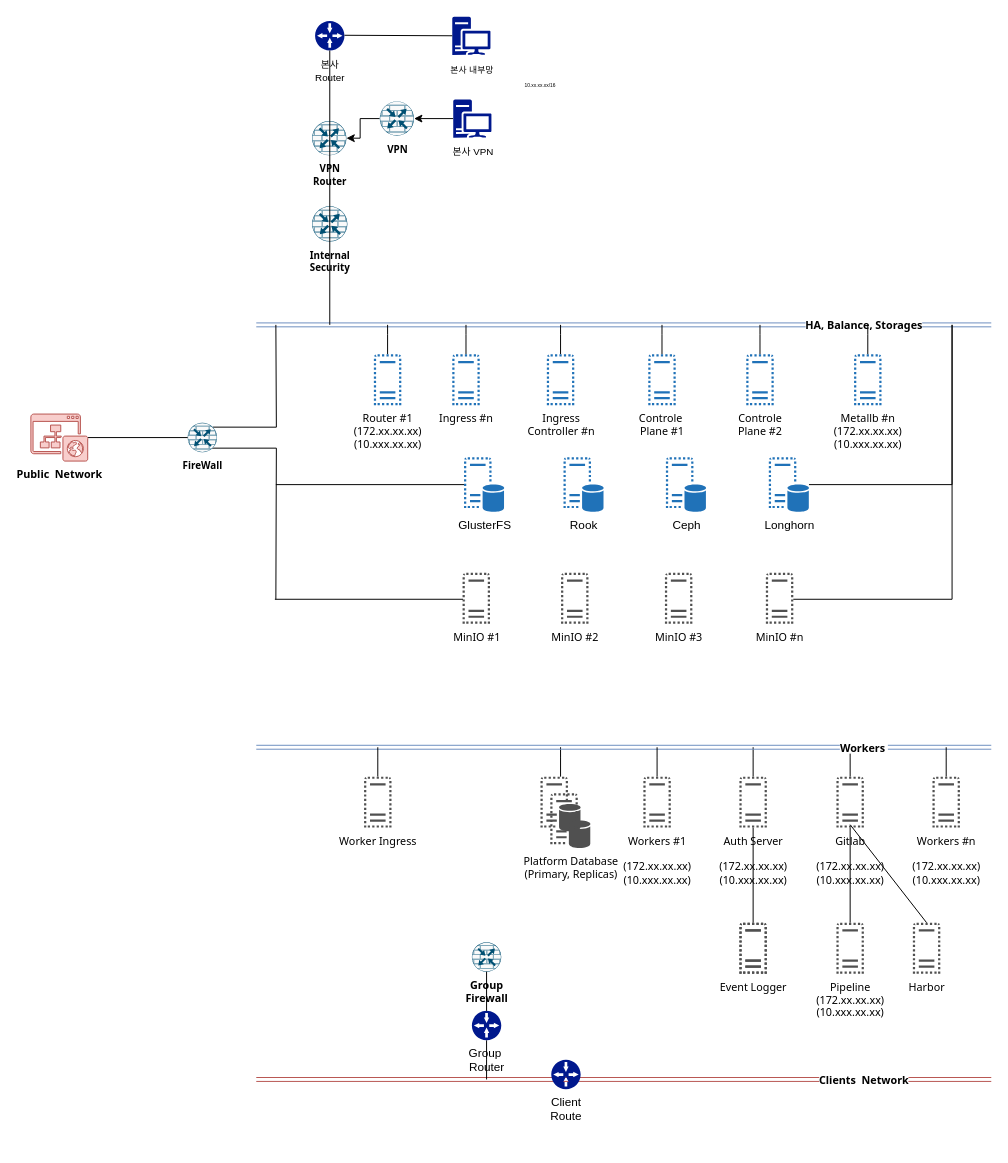
The draw.io diagram 제목 없는 다이어그램.drawio in jammun/shared-design, before the edit. Source tidied: cells renumbered, new cells numbered last; positions are measured from the earlier drawing's top-left corner, leaving out a move shared by most shapes. Both pictures are drawn from the tidied source at 98%, with x=0, y=0 at pixel (30, 17).
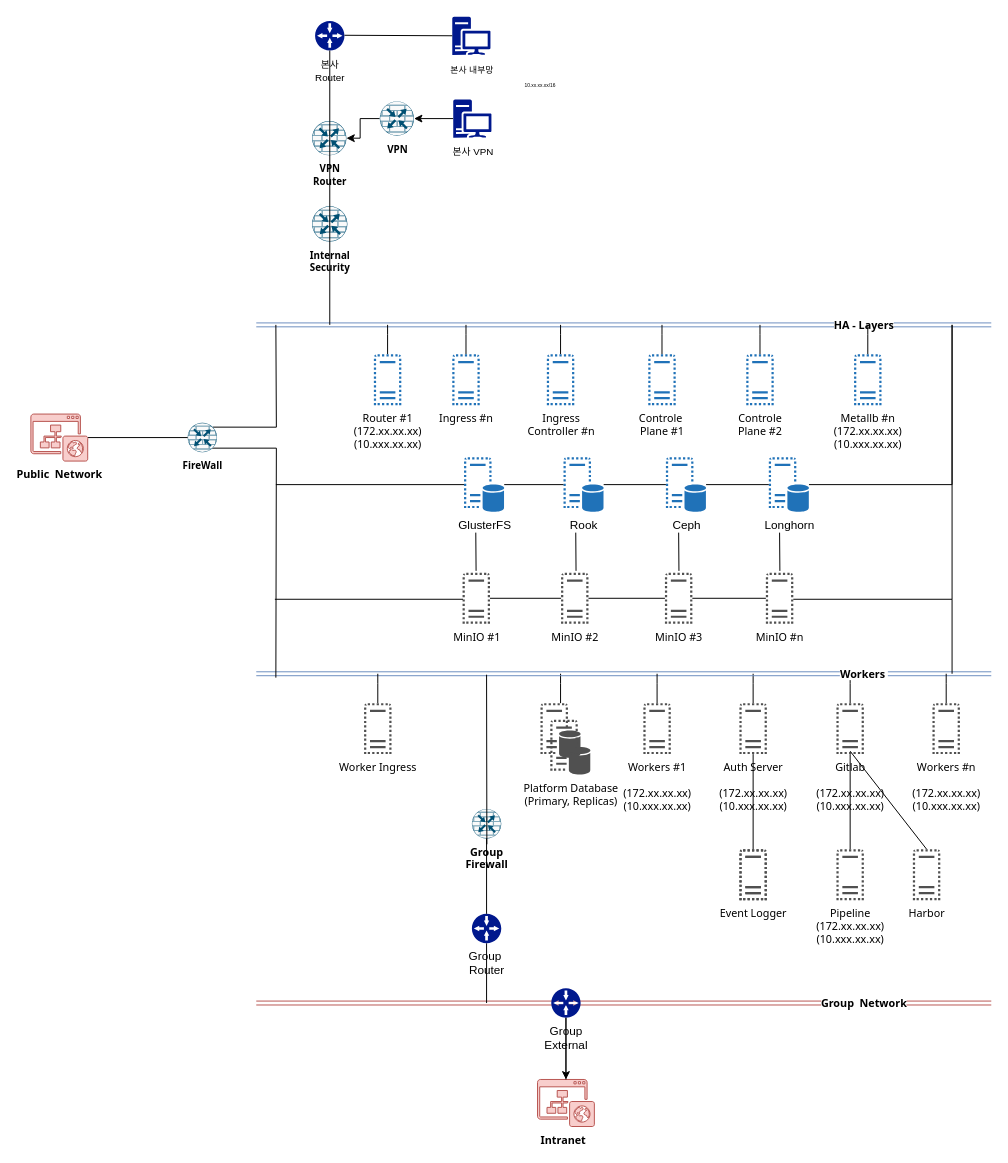
After the change.

Commit message (it also covers changes not shown here):
제목 없는 다이어그램.drawio 업데이트

The change refers to these unchanged cells:
```xml
<mxCell id="12" style="shape=link;html=1;rounded=0;fontFamily=Tahoma;fontSize=11;fontStyle=1;fillColor=#dae8fc;strokeColor=#6c8ebf;" parent="1" edge="1">
  <mxGeometry relative="1" as="geometry">
    <mxPoint x="230" y="314" as="sourcePoint" />
    <mxPoint x="980" y="314" as="targetPoint" />
  </mxGeometry>
</mxCell>
<mxCell id="34" value="&lt;font style=&quot;font-size: 10px;&quot;&gt;FireWall&lt;/font&gt;" style="sketch=0;points=[[0.5,0,0],[1,0.5,0],[0.5,1,0],[0,0.5,0],[0.145,0.145,0],[0.8555,0.145,0],[0.855,0.8555,0],[0.145,0.855,0]];verticalLabelPosition=bottom;html=1;verticalAlign=top;align=center;shape=mxgraph.cisco19.rect;prIcon=router_with_firewall;fillColor=#FAFAFA;strokeColor=#005073;fontFamily=Tahoma;fontSize=11;fontStyle=1;" parent="1" vertex="1">
  <mxGeometry x="160" y="414" width="30" height="30" as="geometry" />
</mxCell>
<mxCell id="60" value="Rook&lt;br&gt;" style="sketch=0;shadow=0;dashed=0;html=1;strokeColor=none;labelPosition=center;verticalLabelPosition=bottom;verticalAlign=top;outlineConnect=0;align=center;shape=mxgraph.office.servers.virtual_database_server;fillColor=#2072B8;" parent="1" vertex="1">
  <mxGeometry x="543.5" y="449" width="41" height="56" as="geometry" />
</mxCell>
<mxCell id="61" value="GlusterFS" style="sketch=0;shadow=0;dashed=0;html=1;strokeColor=none;labelPosition=center;verticalLabelPosition=bottom;verticalAlign=top;outlineConnect=0;align=center;shape=mxgraph.office.servers.virtual_database_server;fillColor=#2072B8;" parent="1" vertex="1">
  <mxGeometry x="442" y="449" width="41" height="56" as="geometry" />
</mxCell>
<mxCell id="62" value="Ceph" style="sketch=0;shadow=0;dashed=0;html=1;strokeColor=none;labelPosition=center;verticalLabelPosition=bottom;verticalAlign=top;outlineConnect=0;align=center;shape=mxgraph.office.servers.virtual_database_server;fillColor=#2072B8;" parent="1" vertex="1">
  <mxGeometry x="648" y="449" width="41" height="56" as="geometry" />
</mxCell>
<mxCell id="63" value="Longhorn" style="sketch=0;shadow=0;dashed=0;html=1;strokeColor=none;labelPosition=center;verticalLabelPosition=bottom;verticalAlign=top;outlineConnect=0;align=center;shape=mxgraph.office.servers.virtual_database_server;fillColor=#2072B8;" parent="1" vertex="1">
  <mxGeometry x="753" y="449" width="41" height="56" as="geometry" />
</mxCell>
<mxCell id="67" value="MinIO #1" style="sketch=0;shadow=0;dashed=0;html=1;strokeColor=none;fillColor=#505050;labelPosition=center;verticalLabelPosition=bottom;verticalAlign=top;outlineConnect=0;align=center;shape=mxgraph.office.servers.virtual_server;fontFamily=Tahoma;fontSize=11;fontStyle=0;" parent="1" vertex="1">
  <mxGeometry x="440.5" y="567" width="28" height="52" as="geometry" />
</mxCell>
<mxCell id="68" value="MinIO #2" style="sketch=0;shadow=0;dashed=0;html=1;strokeColor=none;fillColor=#505050;labelPosition=center;verticalLabelPosition=bottom;verticalAlign=top;outlineConnect=0;align=center;shape=mxgraph.office.servers.virtual_server;fontFamily=Tahoma;fontSize=11;fontStyle=0;" parent="1" vertex="1">
  <mxGeometry x="541" y="567" width="28" height="52" as="geometry" />
</mxCell>
<mxCell id="69" value="MinIO #3" style="sketch=0;shadow=0;dashed=0;html=1;strokeColor=none;fillColor=#505050;labelPosition=center;verticalLabelPosition=bottom;verticalAlign=top;outlineConnect=0;align=center;shape=mxgraph.office.servers.virtual_server;fontFamily=Tahoma;fontSize=11;fontStyle=0;" parent="1" vertex="1">
  <mxGeometry x="647" y="567" width="28" height="52" as="geometry" />
</mxCell>
<mxCell id="70" value="MinIO #n" style="sketch=0;shadow=0;dashed=0;html=1;strokeColor=none;fillColor=#505050;labelPosition=center;verticalLabelPosition=bottom;verticalAlign=top;outlineConnect=0;align=center;shape=mxgraph.office.servers.virtual_server;fontFamily=Tahoma;fontSize=11;fontStyle=0;" parent="1" vertex="1">
  <mxGeometry x="750" y="567" width="28" height="52" as="geometry" />
</mxCell>
```

What changed in the source:
```diff
@@
     <mxCell id="2" style="edgeStyle=orthogonalEdgeStyle;rounded=0;jettySize=auto;html=1;fontFamily=Tahoma;fontSize=11;endArrow=none;endFill=0;fontStyle=0;" parent="1" edge="1" source="3">
       <mxGeometry relative="1" as="geometry">
-        <mxPoint x="540.5" y="745" as="targetPoint" />
+        <mxPoint x="540.5" y="670" as="targetPoint" />
       </mxGeometry>
     </mxCell>
     <mxCell id="3" style="sketch=0;shadow=0;dashed=0;html=1;strokeColor=none;fillColor=#505050;labelPosition=center;verticalLabelPosition=bottom;verticalAlign=top;outlineConnect=0;align=center;shape=mxgraph.office.servers.virtual_database_server;fontFamily=Tahoma;fontSize=11;fontStyle=1;" parent="1" vertex="1">
-      <mxGeometry x="520" y="775" width="41" height="56" as="geometry" />
+      <mxGeometry x="520" y="700" width="41" height="56" as="geometry" />
     </mxCell>
     <mxCell id="4" value="&lt;span style=&quot;font-weight: normal;&quot;&gt;Event Logger&lt;/span&gt;" style="sketch=0;shadow=0;dashed=0;html=1;strokeColor=none;fillColor=#505050;labelPosition=center;verticalLabelPosition=bottom;verticalAlign=top;outlineConnect=0;align=center;shape=mxgraph.office.servers.virtual_server;fontFamily=Tahoma;fontSize=11;fontStyle=1;" parent="1" vertex="1">
-      <mxGeometry x="723" y="924" width="28" height="52" as="geometry" />
+      <mxGeometry x="723" y="849" width="28" height="52" as="geometry" />
     </mxCell>
     <mxCell id="5" style="edgeStyle=orthogonalEdgeStyle;rounded=0;jettySize=auto;html=1;fontFamily=Tahoma;fontSize=11;endArrow=none;endFill=0;fontStyle=0;" parent="1" edge="1" source="7">
       <mxGeometry relative="1" as="geometry">
-        <mxPoint x="737" y="745" as="targetPoint" />
+        <mxPoint x="737" y="670" as="targetPoint" />
       </mxGeometry>
     </mxCell>
@@
     <mxCell id="7" value="&lt;span style=&quot;font-weight: 400;&quot;&gt;Auth Server&lt;/span&gt;&lt;br&gt;&lt;br&gt;&lt;span style=&quot;font-weight: 400;&quot;&gt;(172.xx.xx.xx)&lt;/span&gt;&lt;br style=&quot;font-weight: 400;&quot;&gt;&lt;span style=&quot;font-weight: 400;&quot;&gt;(10.xxx.xx.xx)&lt;/span&gt;" style="sketch=0;shadow=0;dashed=0;html=1;strokeColor=none;fillColor=#505050;labelPosition=center;verticalLabelPosition=bottom;verticalAlign=top;outlineConnect=0;align=center;shape=mxgraph.office.servers.virtual_server;fontFamily=Tahoma;fontSize=11;fontStyle=1;" parent="1" vertex="1">
-      <mxGeometry x="723" y="775" width="28" height="52" as="geometry" />
+      <mxGeometry x="723" y="700" width="28" height="52" as="geometry" />
     </mxCell>
     <mxCell id="8" style="edgeStyle=orthogonalEdgeStyle;rounded=0;jettySize=auto;html=1;fontFamily=Tahoma;fontSize=11;endArrow=none;endFill=0;fontStyle=0;" parent="1" edge="1" source="9">
       <mxGeometry relative="1" as="geometry">
-        <mxPoint x="836" y="745" as="targetPoint" />
+        <mxPoint x="836" y="670" as="targetPoint" />
       </mxGeometry>
     </mxCell>
     <mxCell id="9" value="&lt;span style=&quot;font-weight: normal;&quot;&gt;Gitlab&lt;/span&gt;&lt;br&gt;&lt;br&gt;&lt;span style=&quot;font-weight: 400;&quot;&gt;(172.xx.xx.xx)&lt;/span&gt;&lt;br style=&quot;font-weight: 400;&quot;&gt;&lt;span style=&quot;font-weight: 400;&quot;&gt;(10.xxx.xx.xx)&lt;/span&gt;" style="sketch=0;shadow=0;dashed=0;html=1;strokeColor=none;fillColor=#505050;labelPosition=center;verticalLabelPosition=bottom;verticalAlign=top;outlineConnect=0;align=center;shape=mxgraph.office.servers.virtual_server;fontFamily=Tahoma;fontSize=11;fontStyle=1;" parent="1" vertex="1">
-      <mxGeometry x="822" y="775" width="28" height="52" as="geometry" />
+      <mxGeometry x="822" y="700" width="28" height="52" as="geometry" />
     </mxCell>
     <mxCell id="10" style="shape=link;html=1;rounded=0;fontFamily=Tahoma;fontSize=11;fontStyle=1;fillColor=#dae8fc;strokeColor=#6c8ebf;" parent="1" edge="1">
       <mxGeometry relative="1" as="geometry">
-        <mxPoint x="230" y="745" as="sourcePoint" />
-        <mxPoint x="980" y="745" as="targetPoint" />
+        <mxPoint x="230" y="670" as="sourcePoint" />
+        <mxPoint x="980" y="670" as="targetPoint" />
       </mxGeometry>
     </mxCell>
@@
-    <mxCell id="13" value="HA, Balance, Storages" style="edgeLabel;html=1;align=center;verticalAlign=middle;fontSize=11;fontFamily=Tahoma;fontStyle=1;" parent="12" vertex="1">
+    <mxCell id="13" value="HA - Layers" style="edgeLabel;html=1;align=center;verticalAlign=middle;fontSize=11;fontFamily=Tahoma;fontStyle=1;" parent="12" vertex="1">
       <mxGeometry x="0.65" y="1" relative="1" as="geometry" />
     </mxCell>
@@
     <mxCell id="22" style="edgeStyle=orthogonalEdgeStyle;rounded=0;jettySize=auto;html=1;fontFamily=Tahoma;fontSize=11;endArrow=none;endFill=0;fontStyle=0;" parent="1" edge="1" source="23">
       <mxGeometry relative="1" as="geometry">
-        <mxPoint x="639" y="745" as="targetPoint" />
+        <mxPoint x="639" y="670" as="targetPoint" />
       </mxGeometry>
     </mxCell>
     <mxCell id="23" value="Workers #1&lt;br&gt;&lt;br&gt;(172.xx.xx.xx)&lt;br&gt;(10.xxx.xx.xx)" style="sketch=0;shadow=0;dashed=0;html=1;strokeColor=none;fillColor=#505050;labelPosition=center;verticalLabelPosition=bottom;verticalAlign=top;outlineConnect=0;align=center;shape=mxgraph.office.servers.virtual_server;fontFamily=Tahoma;fontSize=11;fontStyle=0;" parent="1" vertex="1">
-      <mxGeometry x="625" y="775" width="28" height="52" as="geometry" />
+      <mxGeometry x="625" y="700" width="28" height="52" as="geometry" />
     </mxCell>
     <mxCell id="24" style="edgeStyle=orthogonalEdgeStyle;rounded=0;jettySize=auto;html=1;fontFamily=Tahoma;fontSize=11;endArrow=none;endFill=0;fontStyle=0;" parent="1" edge="1" source="25">
       <mxGeometry relative="1" as="geometry">
-        <mxPoint x="934" y="745" as="targetPoint" />
+        <mxPoint x="934" y="670" as="targetPoint" />
       </mxGeometry>
     </mxCell>
     <mxCell id="25" value="Workers #n&lt;br&gt;&lt;br&gt;(172.xx.xx.xx)&lt;br&gt;(10.xxx.xx.xx)" style="sketch=0;shadow=0;dashed=0;html=1;strokeColor=none;fillColor=#505050;labelPosition=center;verticalLabelPosition=bottom;verticalAlign=top;outlineConnect=0;align=center;shape=mxgraph.office.servers.virtual_server;fontFamily=Tahoma;fontSize=11;fontStyle=0;" parent="1" vertex="1">
-      <mxGeometry x="920" y="775" width="28" height="52" as="geometry" />
+      <mxGeometry x="920" y="700" width="28" height="52" as="geometry" />
     </mxCell>
     <mxCell id="26" style="edgeStyle=orthogonalEdgeStyle;rounded=0;jettySize=auto;html=1;fontFamily=Tahoma;fontSize=11;endArrow=none;endFill=0;fontStyle=0;" parent="1" edge="1" source="27">
       <mxGeometry relative="1" as="geometry">
-        <mxPoint x="354" y="745" as="targetPoint" />
+        <mxPoint x="354" y="670" as="targetPoint" />
       </mxGeometry>
     </mxCell>
     <mxCell id="27" value="Worker Ingress" style="sketch=0;shadow=0;dashed=0;html=1;strokeColor=none;fillColor=#505050;labelPosition=center;verticalLabelPosition=bottom;verticalAlign=top;outlineConnect=0;align=center;shape=mxgraph.office.servers.virtual_server;fontFamily=Tahoma;fontSize=11;fontStyle=0;" parent="1" vertex="1">
-      <mxGeometry x="340" y="775" width="28" height="52" as="geometry" />
+      <mxGeometry x="340" y="700" width="28" height="52" as="geometry" />
     </mxCell>
@@
     <mxCell id="33" style="edgeStyle=orthogonalEdgeStyle;rounded=0;jettySize=auto;html=1;exitX=0.7;exitY=0.86;exitDx=0;exitDy=0;exitPerimeter=0;fontFamily=Tahoma;fontSize=11;endArrow=none;endFill=0;fontStyle=0;" parent="1" edge="1" source="34">
       <mxGeometry relative="1" as="geometry">
-        <mxPoint x="250" y="594" as="targetPoint" />
+        <mxPoint x="250" y="674" as="targetPoint" />
       </mxGeometry>
     </mxCell>
@@
     <mxCell id="37" style="shape=link;html=1;rounded=0;fontFamily=Tahoma;fontSize=11;fillColor=#f8cecc;strokeColor=#b85450;fontStyle=1;" parent="1" edge="1">
       <mxGeometry relative="1" as="geometry">
-        <mxPoint x="230" y="1084" as="sourcePoint" />
-        <mxPoint x="980" y="1084" as="targetPoint" />
+        <mxPoint x="230" y="1006" as="sourcePoint" />
+        <mxPoint x="980" y="1006" as="targetPoint" />
       </mxGeometry>
     </mxCell>
-    <mxCell id="38" value="Clients&amp;nbsp; Network" style="edgeLabel;html=1;align=center;verticalAlign=middle;fontSize=11;fontFamily=Tahoma;fontStyle=1;" parent="37" vertex="1">
+    <mxCell id="38" value="Group&amp;nbsp; Network" style="edgeLabel;html=1;align=center;verticalAlign=middle;fontSize=11;fontFamily=Tahoma;fontStyle=1;" parent="37" vertex="1">
       <mxGeometry x="0.65" y="1" relative="1" as="geometry" />
     </mxCell>
     <mxCell id="39" style="edgeStyle=orthogonalEdgeStyle;rounded=0;jettySize=auto;html=1;fontFamily=Tahoma;fontSize=11;endArrow=none;endFill=0;fontStyle=0;exitX=0.5;exitY=1;exitDx=0;exitDy=0;exitPerimeter=0;startArrow=none;" parent="1" edge="1" source="46">
       <mxGeometry relative="1" as="geometry">
-        <mxPoint x="465" y="1084" as="targetPoint" />
+        <mxPoint x="465" y="1006" as="targetPoint" />
       </mxGeometry>
     </mxCell>
     <mxCell id="40" value="Group&lt;br&gt;Firewall" style="sketch=0;points=[[0.5,0,0],[1,0.5,0],[0.5,1,0],[0,0.5,0],[0.145,0.145,0],[0.8555,0.145,0],[0.855,0.8555,0],[0.145,0.855,0]];verticalLabelPosition=bottom;html=1;verticalAlign=top;align=center;shape=mxgraph.cisco19.rect;prIcon=router_with_firewall;fillColor=#FAFAFA;strokeColor=#005073;fontFamily=Tahoma;fontSize=11;fontStyle=1;" parent="1" vertex="1">
-      <mxGeometry x="450" y="944" width="30" height="30" as="geometry" />
+      <mxGeometry x="450" y="808" width="30" height="30" as="geometry" />
     </mxCell>
     <mxCell id="41" style="sketch=0;shadow=0;dashed=0;html=1;strokeColor=none;fillColor=#505050;labelPosition=center;verticalLabelPosition=bottom;verticalAlign=top;align=center;shape=mxgraph.office.servers.virtual_server;fontFamily=Tahoma;fontSize=11;fontStyle=1;" parent="1" vertex="1">
-      <mxGeometry x="723" y="924" width="28" height="52" as="geometry" />
+      <mxGeometry x="723" y="849" width="28" height="52" as="geometry" />
     </mxCell>
     <mxCell id="42" value="&lt;span style=&quot;font-weight: normal;&quot;&gt;Pipeline&lt;br&gt;&lt;/span&gt;&lt;span style=&quot;font-weight: 400;&quot;&gt;(172.xx.xx.xx)&lt;/span&gt;&lt;br style=&quot;font-weight: 400;&quot;&gt;&lt;span style=&quot;font-weight: 400;&quot;&gt;(10.xxx.xx.xx)&lt;/span&gt;&lt;span style=&quot;font-weight: normal;&quot;&gt;&lt;br&gt;&lt;/span&gt;" style="sketch=0;shadow=0;dashed=0;html=1;strokeColor=none;fillColor=#505050;labelPosition=center;verticalLabelPosition=bottom;verticalAlign=top;outlineConnect=0;align=center;shape=mxgraph.office.servers.virtual_server;fontFamily=Tahoma;fontSize=11;fontStyle=1;" parent="1" vertex="1">
-      <mxGeometry x="822" y="924" width="28" height="52" as="geometry" />
+      <mxGeometry x="822" y="849" width="28" height="52" as="geometry" />
     </mxCell>
     <mxCell id="43" value="&lt;span style=&quot;font-weight: normal;&quot;&gt;Harbor&lt;/span&gt;" style="sketch=0;shadow=0;dashed=0;html=1;strokeColor=none;fillColor=#505050;labelPosition=center;verticalLabelPosition=bottom;verticalAlign=top;outlineConnect=0;align=center;shape=mxgraph.office.servers.virtual_server;fontFamily=Tahoma;fontSize=11;fontStyle=1;" parent="1" vertex="1">
-      <mxGeometry x="900" y="924" width="28" height="52" as="geometry" />
+      <mxGeometry x="900" y="849" width="28" height="52" as="geometry" />
     </mxCell>
@@
     <mxCell id="45" style="endArrow=none;html=1;rounded=0;entryX=0.5;entryY=0;entryDx=0;entryDy=0;entryPerimeter=0;" parent="1" edge="1" target="43">
       <mxGeometry relative="1" as="geometry">
-        <mxPoint x="836" y="824" as="sourcePoint" />
+        <mxPoint x="836" y="749" as="sourcePoint" />
       </mxGeometry>
     </mxCell>
     <mxCell id="46" value="Group&amp;nbsp;&lt;br&gt;Router" style="sketch=0;shadow=0;dashed=0;html=1;strokeColor=none;labelPosition=center;verticalLabelPosition=bottom;verticalAlign=top;align=center;fillColor=#00188D;shape=mxgraph.mscae.enterprise.gateway;" parent="1" vertex="1">
-      <mxGeometry x="450" y="1014" width="30" height="30" as="geometry" />
+      <mxGeometry x="450" y="915" width="30" height="30" as="geometry" />
     </mxCell>
-    <mxCell id="47" style="edgeStyle=orthogonalEdgeStyle;rounded=0;jettySize=auto;html=1;fontFamily=Tahoma;fontSize=11;endArrow=none;endFill=0;fontStyle=0;exitX=0.5;exitY=1;exitDx=0;exitDy=0;exitPerimeter=0;" parent="1" edge="1" source="40" target="46">
+    <mxCell id="47" style="edgeStyle=orthogonalEdgeStyle;rounded=0;jettySize=auto;html=1;fontFamily=Tahoma;fontSize=11;endArrow=none;endFill=0;fontStyle=0;exitX=0.5;exitY=1;exitDx=0;exitDy=0;exitPerimeter=0;entryX=0.5;entryY=0;entryDx=0;entryDy=0;entryPerimeter=0;" parent="1" edge="1" source="40" target="46">
       <mxGeometry relative="1" as="geometry" />
     </mxCell>
+    <mxCell id="73" style="edgeStyle=orthogonalEdgeStyle;rounded=0;jettySize=auto;html=1;fontSize=10;" parent="1" edge="1" source="48" target="86">
+      <mxGeometry relative="1" as="geometry" />
+    </mxCell>
-    <mxCell id="48" value="Client&lt;br&gt;Route" style="sketch=0;shadow=0;dashed=0;html=1;strokeColor=none;labelPosition=center;verticalLabelPosition=bottom;verticalAlign=top;align=center;fillColor=#00188D;shape=mxgraph.mscae.enterprise.gateway;" parent="1" vertex="1">
-      <mxGeometry x="531" y="1064" width="30" height="30" as="geometry" />
+    <mxCell id="48" value="Group&lt;br&gt;External" style="sketch=0;shadow=0;dashed=0;html=1;strokeColor=none;labelPosition=center;verticalLabelPosition=bottom;verticalAlign=top;align=center;fillColor=#00188D;shape=mxgraph.mscae.enterprise.gateway;" parent="1" vertex="1">
+      <mxGeometry x="531" y="991" width="30" height="30" as="geometry" />
     </mxCell>
@@
     <mxCell id="66" value="&lt;span style=&quot;font-weight: normal;&quot;&gt;Platform Database&lt;br&gt;(Primary, Replicas)&lt;/span&gt;" style="sketch=0;shadow=0;dashed=0;html=1;strokeColor=none;fillColor=#505050;labelPosition=center;verticalLabelPosition=bottom;verticalAlign=top;align=center;shape=mxgraph.office.servers.virtual_database_server;fontFamily=Tahoma;fontSize=11;fontStyle=1;" parent="1" vertex="1">
-      <mxGeometry x="530" y="792" width="41" height="56" as="geometry" />
+      <mxGeometry x="530" y="717" width="41" height="56" as="geometry" />
     </mxCell>
@@
+    <mxCell id="74" style="endArrow=none;html=1;rounded=0;fontSize=10;" parent="1" edge="1" source="69" target="70">
+      <mxGeometry relative="1" as="geometry" />
+    </mxCell>
+    <mxCell id="75" style="endArrow=none;html=1;rounded=0;fontSize=10;" parent="1" edge="1" source="68" target="69">
+      <mxGeometry relative="1" as="geometry" />
+    </mxCell>
+    <mxCell id="76" style="endArrow=none;html=1;rounded=0;fontSize=10;" parent="1" edge="1" source="67" target="68">
+      <mxGeometry relative="1" as="geometry" />
+    </mxCell>
+    <mxCell id="77" style="endArrow=none;html=1;rounded=0;fontSize=10;" parent="1" edge="1" source="61" target="60">
+      <mxGeometry relative="1" as="geometry" />
+    </mxCell>
+    <mxCell id="78" style="endArrow=none;html=1;rounded=0;fontSize=10;" parent="1" edge="1" source="60" target="62">
+      <mxGeometry relative="1" as="geometry" />
+    </mxCell>
+    <mxCell id="79" style="endArrow=none;html=1;rounded=0;fontSize=10;" parent="1" edge="1" source="62" target="63">
+      <mxGeometry relative="1" as="geometry" />
+    </mxCell>
+    <mxCell id="80" style="endArrow=none;html=1;rounded=0;fontSize=10;" parent="1" edge="1">
+      <mxGeometry relative="1" as="geometry">
+        <mxPoint x="454.3" y="565" as="sourcePoint" />
+        <mxPoint x="454" y="526" as="targetPoint" />
+      </mxGeometry>
+    </mxCell>
+    <mxCell id="81" style="endArrow=none;html=1;rounded=0;fontSize=10;" parent="1" edge="1">
+      <mxGeometry relative="1" as="geometry">
+        <mxPoint x="556.3" y="565" as="sourcePoint" />
+        <mxPoint x="556" y="526" as="targetPoint" />
+      </mxGeometry>
+    </mxCell>
+    <mxCell id="82" style="endArrow=none;html=1;rounded=0;fontSize=10;" parent="1" edge="1">
+      <mxGeometry relative="1" as="geometry">
+        <mxPoint x="661.3" y="565" as="sourcePoint" />
+        <mxPoint x="661" y="526" as="targetPoint" />
+      </mxGeometry>
+    </mxCell>
+    <mxCell id="83" style="endArrow=none;html=1;rounded=0;fontSize=10;" parent="1" edge="1">
+      <mxGeometry relative="1" as="geometry">
+        <mxPoint x="764.3" y="565" as="sourcePoint" />
+        <mxPoint x="764" y="526" as="targetPoint" />
+      </mxGeometry>
+    </mxCell>
+    <mxCell id="84" style="endArrow=none;html=1;rounded=0;fontSize=10;" parent="1" edge="1">
+      <mxGeometry relative="1" as="geometry">
+        <mxPoint x="465.3" y="844" as="sourcePoint" />
+        <mxPoint x="465" y="671" as="targetPoint" />
+      </mxGeometry>
+    </mxCell>
+    <mxCell id="85" style="edgeStyle=orthogonalEdgeStyle;rounded=0;orthogonalLoop=1;jettySize=auto;html=1;fontFamily=Tahoma;fontSize=11;endArrow=none;endFill=0;fontStyle=0;" parent="1" edge="1">
+      <mxGeometry relative="1" as="geometry">
+        <mxPoint x="940" y="670" as="sourcePoint" />
+        <mxPoint x="940" y="594" as="targetPoint" />
+      </mxGeometry>
+    </mxCell>
+    <mxCell id="86" value="Intranet&amp;nbsp;&amp;nbsp;" style="sketch=0;shadow=0;dashed=0;html=1;strokeColor=#b85450;fillColor=#f8cecc;labelPosition=center;verticalLabelPosition=bottom;verticalAlign=top;outlineConnect=0;align=center;shape=mxgraph.office.sites.website_public;fontFamily=Tahoma;fontSize=11;fontStyle=1;" parent="1" vertex="1">
+      <mxGeometry x="517" y="1084" width="58" height="48" as="geometry" />
+    </mxCell>
+    <mxCell id="87" style="endArrow=none;html=1;rounded=0;fontSize=10;entryX=0.5;entryY=1;entryDx=0;entryDy=0;entryPerimeter=0;" parent="1" edge="1" source="86" target="48">
+      <mxGeometry relative="1" as="geometry" />
+    </mxCell>
```
